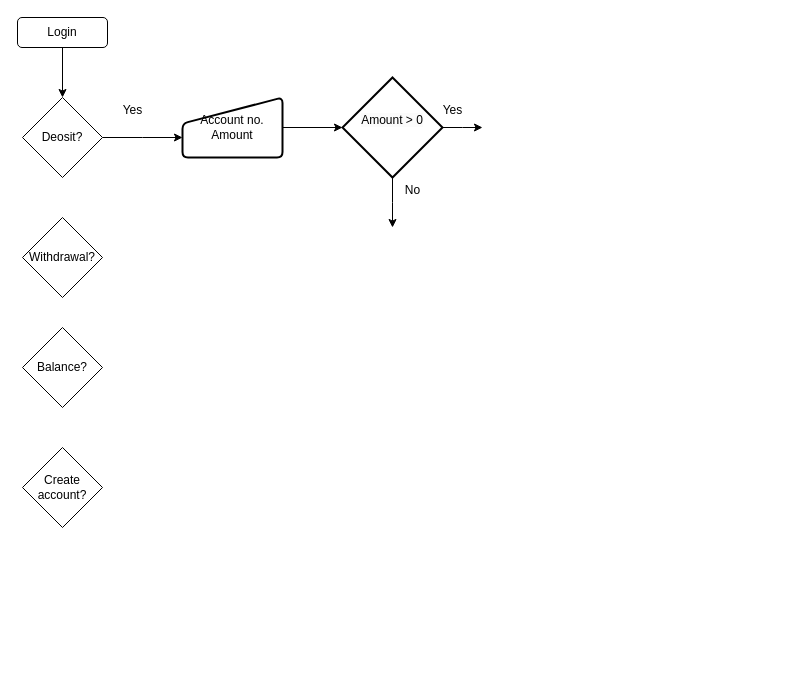
Above: Bank Flowchart.drawio in GeorginaFox/at1 (draw.io), before the change. Source tidied: cells renumbered, new cells numbered last; positions are measured from the earlier drawing's top-left corner, leaving out a move shared by most shapes. Both pictures are drawn from the tidied source at 100%, with x=0, y=0 at pixel (17, 17).
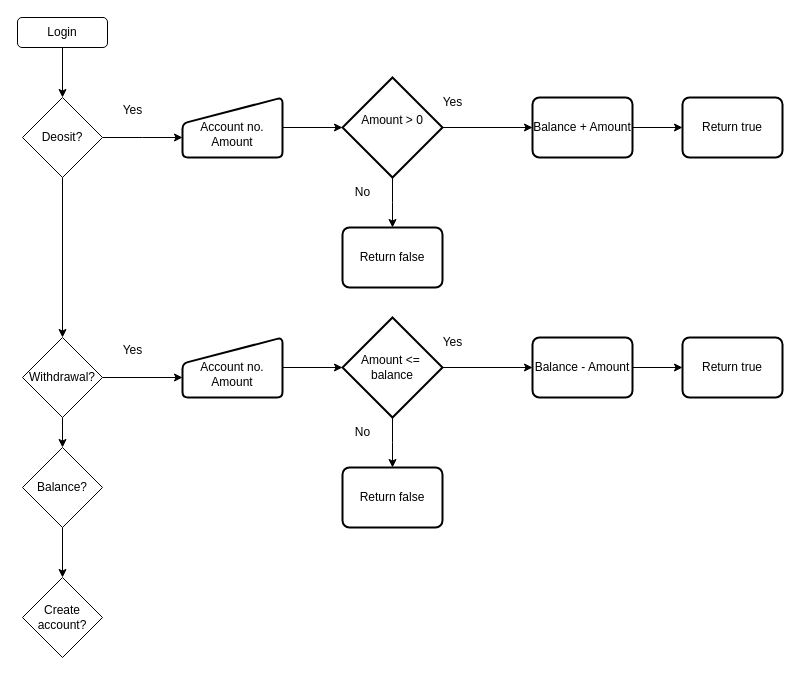
The same page after the edit.

Unchanged cells that the change refers to:
```xml
<mxCell id="5" value="Deosit?" style="rhombus;whiteSpace=wrap;html=1;" parent="1" vertex="1">
  <mxGeometry x="5" y="80" width="80" height="80" as="geometry" />
</mxCell>
<mxCell id="12" value="&lt;span style=&quot;color: rgb(0, 0, 0); font-family: Helvetica; font-size: 12px; font-style: normal; font-variant-ligatures: normal; font-variant-caps: normal; font-weight: 400; letter-spacing: normal; orphans: 2; text-align: center; text-indent: 0px; text-transform: none; widows: 2; word-spacing: 0px; -webkit-text-stroke-width: 0px; white-space: nowrap; background-color: rgb(251, 251, 251); text-decoration-thickness: initial; text-decoration-style: initial; text-decoration-color: initial; display: inline !important; float: none;&quot;&gt;Amount &amp;gt; 0&lt;/span&gt;&lt;div&gt;&lt;br/&gt;&lt;/div&gt;" style="strokeWidth=2;html=1;shape=mxgraph.flowchart.decision;whiteSpace=wrap;" parent="1" vertex="1">
  <mxGeometry x="325" y="60" width="100" height="100" as="geometry" />
</mxCell>
```

Change to the diagram source:
```diff
@@
+    <mxCell id="17" style="edgeStyle=orthogonalEdgeStyle;rounded=0;jettySize=auto;html=1;exitX=0.5;exitY=1;exitDx=0;exitDy=0;entryX=0.5;entryY=0;entryDx=0;entryDy=0;" parent="1" edge="1" source="2" target="3">
+      <mxGeometry relative="1" as="geometry" />
+    </mxCell>
     <mxCell id="2" value="Balance?" style="rhombus;whiteSpace=wrap;html=1;" parent="1" vertex="1">
-      <mxGeometry x="5" y="310" width="80" height="80" as="geometry" />
+      <mxGeometry x="5" y="430" width="80" height="80" as="geometry" />
     </mxCell>
     <mxCell id="3" value="Create account?" style="rhombus;whiteSpace=wrap;html=1;" parent="1" vertex="1">
-      <mxGeometry x="5" y="430" width="80" height="80" as="geometry" />
+      <mxGeometry x="5" y="560" width="80" height="80" as="geometry" />
     </mxCell>
@@
+    <mxCell id="18" style="edgeStyle=orthogonalEdgeStyle;rounded=0;jettySize=auto;html=1;exitX=0.5;exitY=1;exitDx=0;exitDy=0;entryX=0.5;entryY=0;entryDx=0;entryDy=0;" parent="1" edge="1" source="5" target="6">
+      <mxGeometry relative="1" as="geometry" />
+    </mxCell>
@@
+    <mxCell id="19" style="edgeStyle=orthogonalEdgeStyle;rounded=0;jettySize=auto;html=1;" parent="1" edge="1" source="6" target="2">
+      <mxGeometry relative="1" as="geometry" />
+    </mxCell>
     <mxCell id="6" value="Withdrawal?" style="rhombus;whiteSpace=wrap;html=1;" parent="1" vertex="1">
-      <mxGeometry x="5" y="200" width="80" height="80" as="geometry" />
+      <mxGeometry x="5" y="320" width="80" height="80" as="geometry" />
     </mxCell>
@@
-    <mxCell id="9" value="Account no.&lt;div&gt;Amount&lt;/div&gt;" style="html=1;strokeWidth=2;shape=manualInput;whiteSpace=wrap;rounded=1;size=26;arcSize=11;" parent="1" vertex="1">
+    <mxCell id="9" value="&lt;div&gt;&lt;br&gt;&lt;/div&gt;Account no.&lt;div&gt;Amount&lt;/div&gt;" style="html=1;strokeWidth=2;shape=manualInput;whiteSpace=wrap;rounded=1;size=26;arcSize=11;" parent="1" vertex="1">
       <mxGeometry x="165" y="80" width="100" height="60" as="geometry" />
     </mxCell>
-    <mxCell id="10" style="edgeStyle=orthogonalEdgeStyle;rounded=0;jettySize=auto;html=1;exitX=1;exitY=0.5;exitDx=0;exitDy=0;exitPerimeter=0;" parent="1" edge="1" source="12">
-      <mxGeometry relative="1" as="geometry">
-        <mxPoint x="465" y="110" as="targetPoint" />
-      </mxGeometry>
+    <mxCell id="10" style="edgeStyle=orthogonalEdgeStyle;rounded=0;jettySize=auto;html=1;exitX=1;exitY=0.5;exitDx=0;exitDy=0;exitPerimeter=0;entryX=0;entryY=0.5;entryDx=0;entryDy=0;" parent="1" edge="1" source="12" target="21">
+      <mxGeometry relative="1" as="geometry" />
     </mxCell>
@@
     <mxCell id="15" value="Yes" style="text;html=1;align=center;verticalAlign=middle;strokeColor=none;fillColor=none;" parent="1" vertex="1">
-      <mxGeometry x="415" y="78" width="40" height="30" as="geometry" />
+      <mxGeometry x="415" y="70" width="40" height="30" as="geometry" />
     </mxCell>
     <mxCell id="16" value="No" style="text;html=1;align=center;verticalAlign=middle;strokeColor=none;fillColor=none;" parent="1" vertex="1">
-      <mxGeometry x="375" y="158" width="40" height="30" as="geometry" />
+      <mxGeometry x="325" y="160" width="40" height="30" as="geometry" />
     </mxCell>
+    <mxCell id="20" style="edgeStyle=orthogonalEdgeStyle;rounded=0;jettySize=auto;html=1;exitX=1;exitY=0.5;exitDx=0;exitDy=0;entryX=0;entryY=0.5;entryDx=0;entryDy=0;" parent="1" edge="1" source="21" target="22">
+      <mxGeometry relative="1" as="geometry" />
+    </mxCell>
+    <mxCell id="21" value="Balance + Amount" style="rounded=1;whiteSpace=wrap;html=1;absoluteArcSize=1;arcSize=14;strokeWidth=2;" parent="1" vertex="1">
+      <mxGeometry x="515" y="80" width="100" height="60" as="geometry" />
+    </mxCell>
+    <mxCell id="22" value="Return true" style="rounded=1;whiteSpace=wrap;html=1;absoluteArcSize=1;arcSize=14;strokeWidth=2;" parent="1" vertex="1">
+      <mxGeometry x="665" y="80" width="100" height="60" as="geometry" />
+    </mxCell>
+    <mxCell id="23" value="Return false" style="rounded=1;whiteSpace=wrap;html=1;absoluteArcSize=1;arcSize=14;strokeWidth=2;" parent="1" vertex="1">
+      <mxGeometry x="325" y="210" width="100" height="60" as="geometry" />
+    </mxCell>
+    <mxCell id="24" style="edgeStyle=orthogonalEdgeStyle;rounded=0;orthogonalLoop=1;jettySize=auto;html=1;exitX=1;exitY=0.5;exitDx=0;exitDy=0;" parent="1" edge="1">
+      <mxGeometry relative="1" as="geometry">
+        <mxPoint x="85" y="360" as="sourcePoint" />
+        <mxPoint x="165" y="360" as="targetPoint" />
+      </mxGeometry>
+    </mxCell>
+    <mxCell id="25" value="&lt;div&gt;&lt;br&gt;&lt;/div&gt;Account no.&lt;div&gt;Amount&lt;/div&gt;" style="html=1;strokeWidth=2;shape=manualInput;whiteSpace=wrap;rounded=1;size=26;arcSize=11;" parent="1" vertex="1">
+      <mxGeometry x="165" y="320" width="100" height="60" as="geometry" />
+    </mxCell>
+    <mxCell id="26" style="edgeStyle=orthogonalEdgeStyle;rounded=0;jettySize=auto;html=1;exitX=1;exitY=0.5;exitDx=0;exitDy=0;exitPerimeter=0;entryX=0;entryY=0.5;entryDx=0;entryDy=0;" parent="1" edge="1" source="28" target="34">
+      <mxGeometry relative="1" as="geometry" />
+    </mxCell>
+    <mxCell id="27" style="edgeStyle=orthogonalEdgeStyle;rounded=0;jettySize=auto;html=1;exitX=0.5;exitY=1;exitDx=0;exitDy=0;exitPerimeter=0;" parent="1" edge="1" source="28">
+      <mxGeometry relative="1" as="geometry">
+        <mxPoint x="375" y="450" as="targetPoint" />
+      </mxGeometry>
+    </mxCell>
+    <mxCell id="28" value="&lt;div&gt;&lt;span style=&quot;text-wrap: nowrap;&quot;&gt;Amount &amp;lt;=&amp;nbsp;&lt;/span&gt;&lt;/div&gt;&lt;div&gt;&lt;span style=&quot;text-wrap: nowrap;&quot;&gt;balance&lt;/span&gt;&lt;/div&gt;" style="strokeWidth=2;html=1;shape=mxgraph.flowchart.decision;whiteSpace=wrap;" parent="1" vertex="1">
+      <mxGeometry x="325" y="300" width="100" height="100" as="geometry" />
+    </mxCell>
+    <mxCell id="29" style="edgeStyle=orthogonalEdgeStyle;rounded=0;jettySize=auto;html=1;exitX=1;exitY=0.5;exitDx=0;exitDy=0;entryX=0;entryY=0.5;entryDx=0;entryDy=0;entryPerimeter=0;" parent="1" edge="1" source="25" target="28">
+      <mxGeometry relative="1" as="geometry" />
+    </mxCell>
+    <mxCell id="30" value="Yes" style="text;html=1;align=center;verticalAlign=middle;strokeColor=none;fillColor=none;" parent="1" vertex="1">
+      <mxGeometry x="95" y="318" width="40" height="30" as="geometry" />
+    </mxCell>
+    <mxCell id="31" value="Yes" style="text;html=1;align=center;verticalAlign=middle;strokeColor=none;fillColor=none;" parent="1" vertex="1">
+      <mxGeometry x="415" y="310" width="40" height="30" as="geometry" />
+    </mxCell>
+    <mxCell id="32" value="No" style="text;html=1;align=center;verticalAlign=middle;strokeColor=none;fillColor=none;" parent="1" vertex="1">
+      <mxGeometry x="325" y="400" width="40" height="30" as="geometry" />
+    </mxCell>
+    <mxCell id="33" style="edgeStyle=orthogonalEdgeStyle;rounded=0;jettySize=auto;html=1;exitX=1;exitY=0.5;exitDx=0;exitDy=0;entryX=0;entryY=0.5;entryDx=0;entryDy=0;" parent="1" edge="1" source="34" target="35">
+      <mxGeometry relative="1" as="geometry" />
+    </mxCell>
+    <mxCell id="34" value="Balance - Amount" style="rounded=1;whiteSpace=wrap;html=1;absoluteArcSize=1;arcSize=14;strokeWidth=2;" parent="1" vertex="1">
+      <mxGeometry x="515" y="320" width="100" height="60" as="geometry" />
+    </mxCell>
+    <mxCell id="35" value="Return true" style="rounded=1;whiteSpace=wrap;html=1;absoluteArcSize=1;arcSize=14;strokeWidth=2;" parent="1" vertex="1">
+      <mxGeometry x="665" y="320" width="100" height="60" as="geometry" />
+    </mxCell>
+    <mxCell id="36" value="Return false" style="rounded=1;whiteSpace=wrap;html=1;absoluteArcSize=1;arcSize=14;strokeWidth=2;" parent="1" vertex="1">
+      <mxGeometry x="325" y="450" width="100" height="60" as="geometry" />
+    </mxCell>
```
